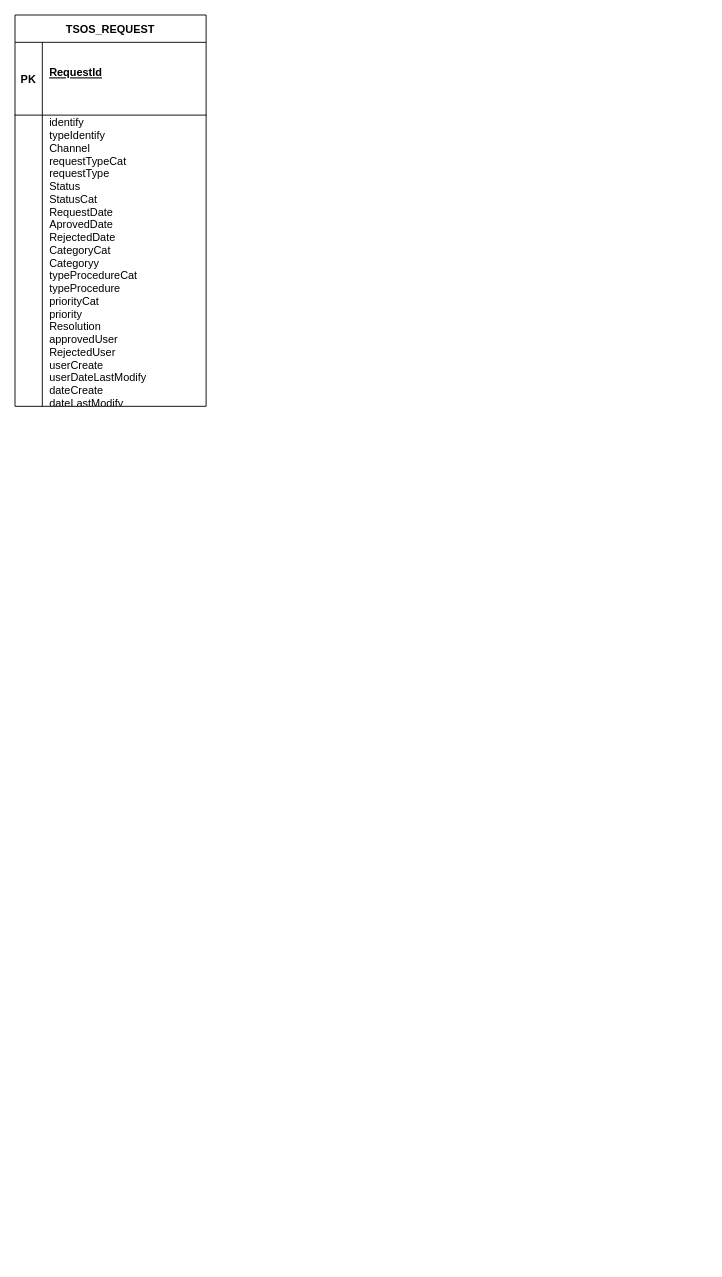
Above: SOSDiagramaBDD.drawio in GonzaloDavid/diagramas (draw.io), before the change. Source tidied: cells renumbered, new cells numbered last; positions are measured from the earlier drawing's top-left corner, leaving out a move shared by most shapes. Both pictures are drawn from the tidied source at 91%, with x=0, y=0 at pixel (15, 15).
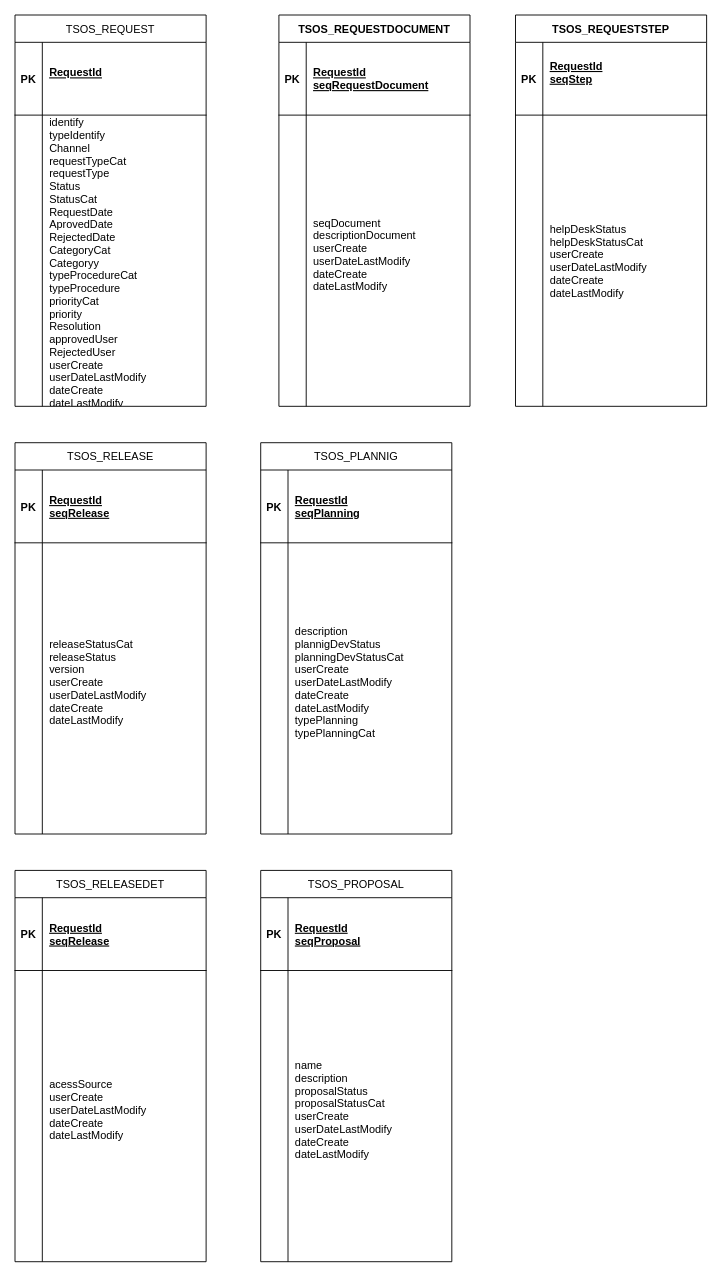
After the change.

The edit, as a diff of the source:
```diff
@@
-    <mxCell id="2" value="TSOS_REQUEST" style="shape=table;startSize=30;childLayout=tableLayout;rowLines=0;fontStyle=1;align=center;" parent="1" vertex="1">
+    <mxCell id="2" value="TSOS_REQUEST" style="shape=table;startSize=30;childLayout=tableLayout;rowLines=0;fontStyle=0;align=center;" parent="1" vertex="1">
       <mxGeometry width="210" height="430" as="geometry" />
     </mxCell>
@@
+    <mxCell id="9" value="TSOS_REQUESTDOCUMENT" style="shape=table;startSize=30;childLayout=tableLayout;rowLines=0;fontStyle=1;align=center;" parent="1" vertex="1">
+      <mxGeometry x="290" width="210" height="430" as="geometry" />
+    </mxCell>
+    <mxCell id="10" style="shape=partialRectangle;fillColor=none;top=0;left=0;right=0;bottom=1;" parent="9" vertex="1">
+      <mxGeometry y="30" width="210" height="80" as="geometry" />
+    </mxCell>
+    <mxCell id="11" value="PK" style="shape=partialRectangle;overflow=hidden;fillColor=none;top=0;left=0;bottom=0;right=0;fontStyle=1;" parent="10" vertex="1">
+      <mxGeometry width="30" height="80" as="geometry" />
+    </mxCell>
+    <mxCell id="12" value="RequestId&#10;seqRequestDocument" style="shape=partialRectangle;overflow=hidden;fillColor=none;top=0;left=0;bottom=0;right=0;align=left;spacingLeft=6;fontStyle=5;" parent="10" vertex="1">
+      <mxGeometry x="30" width="180" height="80" as="geometry" />
+    </mxCell>
+    <mxCell id="13" style="shape=partialRectangle;fillColor=none;top=0;left=0;right=0;bottom=0;" parent="9" vertex="1">
+      <mxGeometry y="110" width="210" height="320" as="geometry" />
+    </mxCell>
+    <mxCell id="14" style="shape=partialRectangle;overflow=hidden;fillColor=none;top=0;left=0;bottom=0;right=0;" parent="13" vertex="1">
+      <mxGeometry width="30" height="320" as="geometry" />
+    </mxCell>
+    <mxCell id="15" value="seqDocument&#10;descriptionDocument&#10;userCreate&#10;userDateLastModify&#10;dateCreate&#10;dateLastModify&#10;" style="shape=partialRectangle;overflow=hidden;fillColor=none;top=0;left=0;bottom=0;right=0;align=left;spacingLeft=6;" parent="13" vertex="1">
+      <mxGeometry x="30" width="180" height="320" as="geometry" />
+    </mxCell>
+    <mxCell id="16" value="TSOS_REQUESTSTEP" style="shape=table;startSize=30;childLayout=tableLayout;rowLines=0;fontStyle=1;align=center;" parent="1" vertex="1">
+      <mxGeometry x="550" width="210" height="430" as="geometry" />
+    </mxCell>
+    <mxCell id="17" style="shape=partialRectangle;fillColor=none;top=0;left=0;right=0;bottom=1;" parent="16" vertex="1">
+      <mxGeometry y="30" width="210" height="80" as="geometry" />
+    </mxCell>
+    <mxCell id="18" value="PK" style="shape=partialRectangle;overflow=hidden;fillColor=none;top=0;left=0;bottom=0;right=0;fontStyle=1;" parent="17" vertex="1">
+      <mxGeometry width="30" height="80" as="geometry" />
+    </mxCell>
+    <mxCell id="19" value="RequestId&#10;seqStep&#10;" style="shape=partialRectangle;overflow=hidden;fillColor=none;top=0;left=0;bottom=0;right=0;align=left;spacingLeft=6;fontStyle=5;" parent="17" vertex="1">
+      <mxGeometry x="30" width="180" height="80" as="geometry" />
+    </mxCell>
+    <mxCell id="20" style="shape=partialRectangle;fillColor=none;top=0;left=0;right=0;bottom=0;" parent="16" vertex="1">
+      <mxGeometry y="110" width="210" height="320" as="geometry" />
+    </mxCell>
+    <mxCell id="21" style="shape=partialRectangle;overflow=hidden;fillColor=none;top=0;left=0;bottom=0;right=0;" parent="20" vertex="1">
+      <mxGeometry width="30" height="320" as="geometry" />
+    </mxCell>
+    <mxCell id="22" value="&#10;helpDeskStatus&#10;helpDeskStatusCat&#10;userCreate&#10;userDateLastModify&#10;dateCreate&#10;dateLastModify&#10;" style="shape=partialRectangle;overflow=hidden;fillColor=none;top=0;left=0;bottom=0;right=0;align=left;spacingLeft=6;" parent="20" vertex="1">
+      <mxGeometry x="30" width="180" height="320" as="geometry" />
+    </mxCell>
+    <mxCell id="23" value="TSOS_RELEASE" style="shape=table;startSize=30;childLayout=tableLayout;rowLines=0;fontStyle=0;align=center;" parent="1" vertex="1">
+      <mxGeometry y="470" width="210" height="430" as="geometry" />
+    </mxCell>
+    <mxCell id="24" style="shape=partialRectangle;fillColor=none;top=0;left=0;right=0;bottom=1;" parent="23" vertex="1">
+      <mxGeometry y="30" width="210" height="80" as="geometry" />
+    </mxCell>
+    <mxCell id="25" value="PK" style="shape=partialRectangle;overflow=hidden;fillColor=none;top=0;left=0;bottom=0;right=0;fontStyle=1;" parent="24" vertex="1">
+      <mxGeometry width="30" height="80" as="geometry" />
+    </mxCell>
+    <mxCell id="26" value="RequestId&#10;seqRelease" style="shape=partialRectangle;overflow=hidden;fillColor=none;top=0;left=0;bottom=0;right=0;align=left;spacingLeft=6;fontStyle=5;" parent="24" vertex="1">
+      <mxGeometry x="30" width="180" height="80" as="geometry" />
+    </mxCell>
+    <mxCell id="27" style="shape=partialRectangle;fillColor=none;top=0;left=0;right=0;bottom=0;" parent="23" vertex="1">
+      <mxGeometry y="110" width="210" height="320" as="geometry" />
+    </mxCell>
+    <mxCell id="28" style="shape=partialRectangle;overflow=hidden;fillColor=none;top=0;left=0;bottom=0;right=0;" parent="27" vertex="1">
+      <mxGeometry width="30" height="320" as="geometry" />
+    </mxCell>
+    <mxCell id="29" value="releaseStatusCat&#10;releaseStatus&#10;version&#10;userCreate&#10;userDateLastModify&#10;dateCreate&#10;dateLastModify&#10;" style="shape=partialRectangle;overflow=hidden;fillColor=none;top=0;left=0;bottom=0;right=0;align=left;spacingLeft=6;" parent="27" vertex="1">
+      <mxGeometry x="30" width="180" height="320" as="geometry" />
+    </mxCell>
+    <mxCell id="30" value="TSOS_PLANNIG" style="shape=table;startSize=30;childLayout=tableLayout;rowLines=0;fontStyle=0;align=center;" parent="1" vertex="1">
+      <mxGeometry x="270" y="470" width="210" height="430" as="geometry" />
+    </mxCell>
+    <mxCell id="31" style="shape=partialRectangle;fillColor=none;top=0;left=0;right=0;bottom=1;" parent="30" vertex="1">
+      <mxGeometry y="30" width="210" height="80" as="geometry" />
+    </mxCell>
+    <mxCell id="32" value="PK" style="shape=partialRectangle;overflow=hidden;fillColor=none;top=0;left=0;bottom=0;right=0;fontStyle=1;" parent="31" vertex="1">
+      <mxGeometry width="30" height="80" as="geometry" />
+    </mxCell>
+    <mxCell id="33" value="RequestId&#10;seqPlanning" style="shape=partialRectangle;overflow=hidden;fillColor=none;top=0;left=0;bottom=0;right=0;align=left;spacingLeft=6;fontStyle=5;" parent="31" vertex="1">
+      <mxGeometry x="30" width="180" height="80" as="geometry" />
+    </mxCell>
+    <mxCell id="34" style="shape=partialRectangle;fillColor=none;top=0;left=0;right=0;bottom=0;" parent="30" vertex="1">
+      <mxGeometry y="110" width="210" height="320" as="geometry" />
+    </mxCell>
+    <mxCell id="35" style="shape=partialRectangle;overflow=hidden;fillColor=none;top=0;left=0;bottom=0;right=0;" parent="34" vertex="1">
+      <mxGeometry width="30" height="320" as="geometry" />
+    </mxCell>
+    <mxCell id="36" value="description&#10;plannigDevStatus&#10;planningDevStatusCat&#10;userCreate&#10;userDateLastModify&#10;dateCreate&#10;dateLastModify&#10;typePlanning&#10;typePlanningCat&#10;" style="shape=partialRectangle;overflow=hidden;fillColor=none;top=0;left=0;bottom=0;right=0;align=left;spacingLeft=6;" parent="34" vertex="1">
+      <mxGeometry x="30" width="180" height="320" as="geometry" />
+    </mxCell>
+    <mxCell id="37" value="TSOS_RELEASEDET" style="shape=table;startSize=30;childLayout=tableLayout;rowLines=0;fontStyle=0;align=center;" parent="1" vertex="1">
+      <mxGeometry y="940" width="210" height="430" as="geometry" />
+    </mxCell>
+    <mxCell id="38" style="shape=partialRectangle;fillColor=none;top=0;left=0;right=0;bottom=1;" parent="37" vertex="1">
+      <mxGeometry y="30" width="210" height="80" as="geometry" />
+    </mxCell>
+    <mxCell id="39" value="PK" style="shape=partialRectangle;overflow=hidden;fillColor=none;top=0;left=0;bottom=0;right=0;fontStyle=1;" parent="38" vertex="1">
+      <mxGeometry width="30" height="80" as="geometry" />
+    </mxCell>
+    <mxCell id="40" value="RequestId&#10;seqRelease" style="shape=partialRectangle;overflow=hidden;fillColor=none;top=0;left=0;bottom=0;right=0;align=left;spacingLeft=6;fontStyle=5;" parent="38" vertex="1">
+      <mxGeometry x="30" width="180" height="80" as="geometry" />
+    </mxCell>
+    <mxCell id="41" style="shape=partialRectangle;fillColor=none;top=0;left=0;right=0;bottom=0;" parent="37" vertex="1">
+      <mxGeometry y="110" width="210" height="320" as="geometry" />
+    </mxCell>
+    <mxCell id="42" style="shape=partialRectangle;overflow=hidden;fillColor=none;top=0;left=0;bottom=0;right=0;" parent="41" vertex="1">
+      <mxGeometry width="30" height="320" as="geometry" />
+    </mxCell>
+    <mxCell id="43" value="acessSource&#10;userCreate&#10;userDateLastModify&#10;dateCreate&#10;dateLastModify&#10;" style="shape=partialRectangle;overflow=hidden;fillColor=none;top=0;left=0;bottom=0;right=0;align=left;spacingLeft=6;" parent="41" vertex="1">
+      <mxGeometry x="30" width="180" height="320" as="geometry" />
+    </mxCell>
+    <mxCell id="44" value="TSOS_PROPOSAL" style="shape=table;startSize=30;childLayout=tableLayout;rowLines=0;fontStyle=0;align=center;" parent="1" vertex="1">
+      <mxGeometry x="270" y="940" width="210" height="430" as="geometry" />
+    </mxCell>
+    <mxCell id="45" style="shape=partialRectangle;fillColor=none;top=0;left=0;right=0;bottom=1;" parent="44" vertex="1">
+      <mxGeometry y="30" width="210" height="80" as="geometry" />
+    </mxCell>
+    <mxCell id="46" value="PK" style="shape=partialRectangle;overflow=hidden;fillColor=none;top=0;left=0;bottom=0;right=0;fontStyle=1;" parent="45" vertex="1">
+      <mxGeometry width="30" height="80" as="geometry" />
+    </mxCell>
+    <mxCell id="47" value="RequestId&#10;seqProposal" style="shape=partialRectangle;overflow=hidden;fillColor=none;top=0;left=0;bottom=0;right=0;align=left;spacingLeft=6;fontStyle=5;" parent="45" vertex="1">
+      <mxGeometry x="30" width="180" height="80" as="geometry" />
+    </mxCell>
+    <mxCell id="48" style="shape=partialRectangle;fillColor=none;top=0;left=0;right=0;bottom=0;" parent="44" vertex="1">
+      <mxGeometry y="110" width="210" height="320" as="geometry" />
+    </mxCell>
+    <mxCell id="49" style="shape=partialRectangle;overflow=hidden;fillColor=none;top=0;left=0;bottom=0;right=0;" parent="48" vertex="1">
+      <mxGeometry width="30" height="320" as="geometry" />
+    </mxCell>
+    <mxCell id="50" value="name&#10;description&#10;proposalStatus&#10;proposalStatusCat&#10;userCreate&#10;userDateLastModify&#10;dateCreate&#10;dateLastModify&#10;" style="shape=partialRectangle;overflow=hidden;fillColor=none;top=0;left=0;bottom=0;right=0;align=left;spacingLeft=6;" parent="48" vertex="1">
+      <mxGeometry x="30" width="180" height="320" as="geometry" />
+    </mxCell>
```
